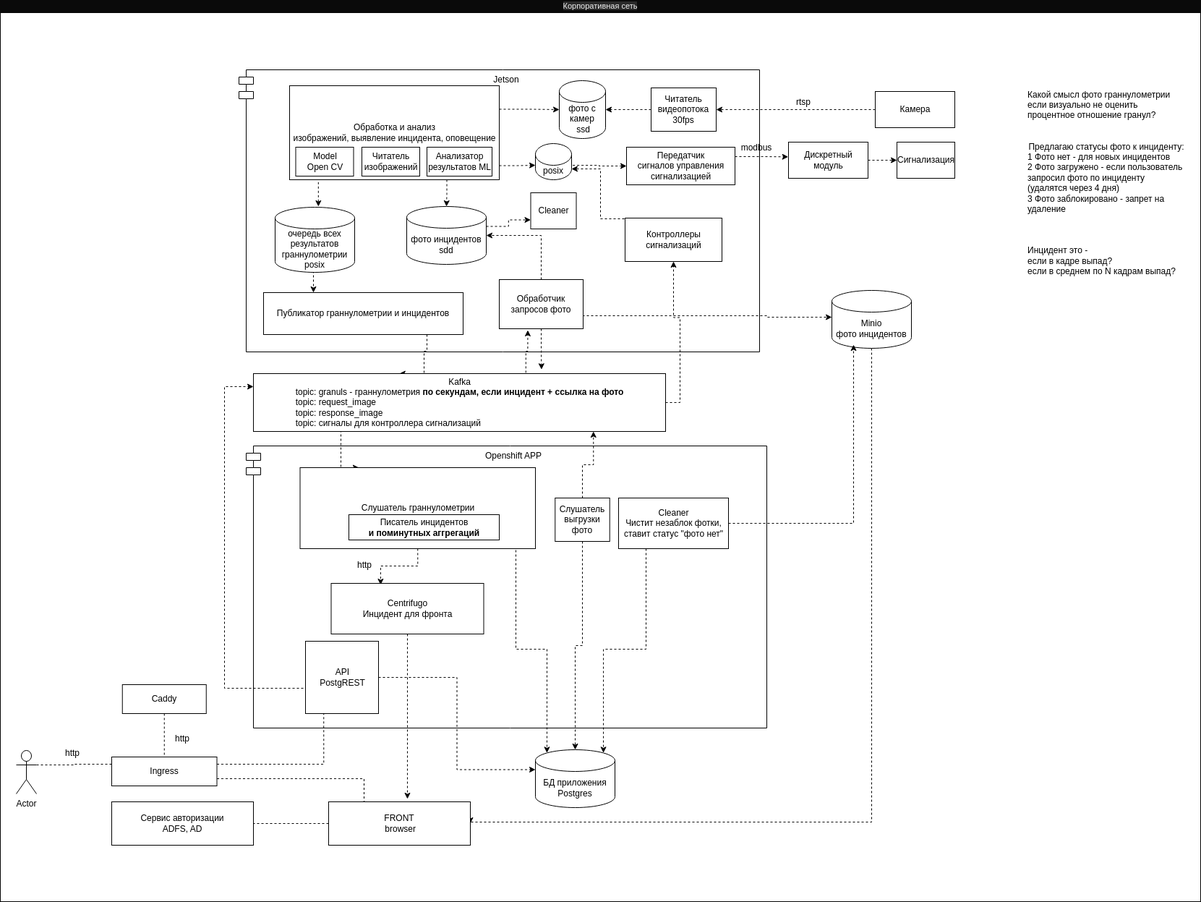
Earlier version of the draw.io export docs/open_cv_1.png (dmpinform/practical_task). Source tidied: cells renumbered, new cells last; positions are measured from the earlier drawing's top-left corner, leaving out a move shared by most shapes.
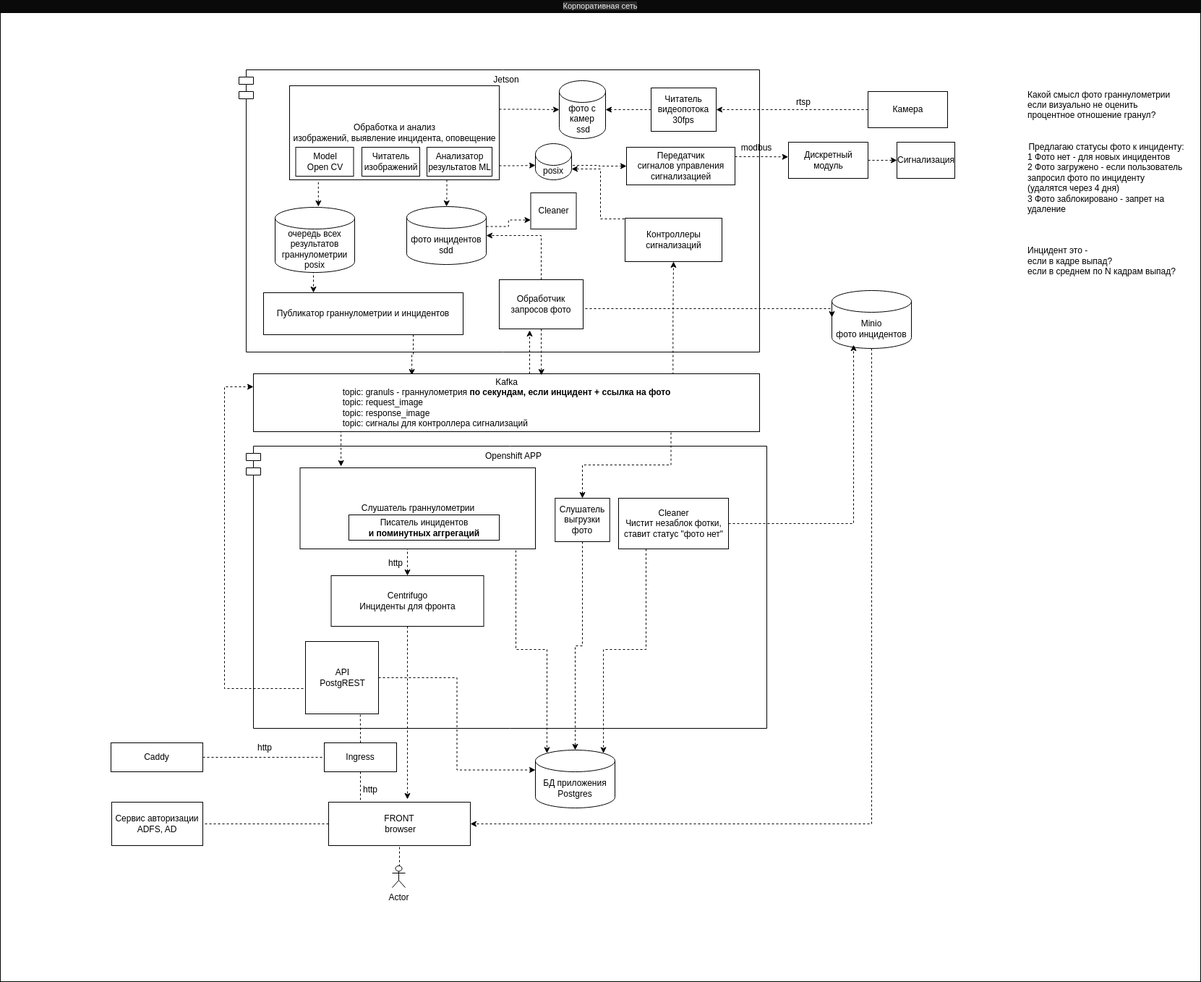
Later version of the same file.

Commit message:
Правка схем

The edit, as a diff of the source:
```diff
@@ -3,7 +3,7 @@
     <mxCell id="0" />
     <mxCell id="1" parent="0" />
     <mxCell id="2" value="&lt;span style=&quot;color: rgb(240, 240, 240); font-family: Helvetica; font-size: 11px; font-style: normal; font-variant-ligatures: normal; font-variant-caps: normal; font-weight: 400; letter-spacing: normal; orphans: 2; text-indent: 0px; text-transform: none; widows: 2; word-spacing: 0px; -webkit-text-stroke-width: 0px; background-color: rgb(42, 42, 42); text-decoration-thickness: initial; text-decoration-style: initial; text-decoration-color: initial; float: none; display: inline !important;&quot;&gt;Корпоративная сеть&lt;/span&gt;" style="rounded=0;whiteSpace=wrap;html=1;align=center;labelPosition=center;verticalLabelPosition=top;verticalAlign=bottom;strokeColor=#050505;" parent="1" vertex="1">
-      <mxGeometry width="1660" height="1229" as="geometry" />
+      <mxGeometry width="1660" height="1339" as="geometry" />
     </mxCell>
     <mxCell id="3" value="Openshift APP" style="shape=module;align=left;spacingLeft=20;align=center;verticalAlign=top;fontColor=default;labelBackgroundColor=none;" parent="1" vertex="1">
       <mxGeometry x="340" y="599" width="720" height="390" as="geometry" />
@@ -21,7 +21,7 @@
       <mxGeometry x="773" y="94" width="64" height="80" as="geometry" />
     </mxCell>
     <mxCell id="8" value="Камера" style="html=1;" parent="1" vertex="1">
-      <mxGeometry x="1210" y="109" width="110" height="50" as="geometry" />
+      <mxGeometry x="1200" y="109" width="110" height="50" as="geometry" />
     </mxCell>
     <mxCell id="9" style="edgeStyle=orthogonalEdgeStyle;rounded=0;jettySize=auto;html=1;dashed=1;" parent="1" edge="1" source="10" target="29">
       <mxGeometry relative="1" as="geometry" />
@@ -69,11 +69,11 @@
     <mxCell id="22" value="фото инцидентов&lt;br&gt;sdd" style="shape=cylinder3;whiteSpace=wrap;html=1;boundedLbl=1;backgroundOutline=1;size=15;" parent="1" vertex="1">
       <mxGeometry x="562" y="268" width="110" height="80" as="geometry" />
     </mxCell>
-    <mxCell id="23" style="edgeStyle=orthogonalEdgeStyle;rounded=0;jettySize=auto;html=1;entryX=0.354;entryY=0;entryDx=0;entryDy=0;entryPerimeter=0;dashed=1;fontColor=default;" parent="1" edge="1" source="24" target="33">
+    <mxCell id="23" style="edgeStyle=orthogonalEdgeStyle;rounded=0;jettySize=auto;html=1;entryX=0.313;entryY=0.025;entryDx=0;entryDy=0;entryPerimeter=0;dashed=1;fontColor=default;exitX=0.75;exitY=1;exitDx=0;exitDy=0;" parent="1" edge="1" source="24" target="33">
       <mxGeometry relative="1" as="geometry">
         <Array as="points">
-          <mxPoint x="590" y="468" />
-          <mxPoint x="586" y="468" />
+          <mxPoint x="571" y="472" />
+          <mxPoint x="570" y="472" />
         </Array>
       </mxGeometry>
     </mxCell>
@@ -95,7 +95,7 @@
     <mxCell id="29" value="Сигнализация" style="html=1;" parent="1" vertex="1">
       <mxGeometry x="1240" y="179" width="80" height="50" as="geometry" />
     </mxCell>
-    <mxCell id="30" style="edgeStyle=orthogonalEdgeStyle;rounded=0;jettySize=auto;html=1;dashed=1;fontColor=default;entryX=0.25;entryY=0;entryDx=0;entryDy=0;" parent="1" edge="1" target="40">
+    <mxCell id="30" style="edgeStyle=orthogonalEdgeStyle;rounded=0;jettySize=auto;html=1;dashed=1;fontColor=default;entryX=0.174;entryY=-0.018;entryDx=0;entryDy=0;entryPerimeter=0;" parent="1" edge="1" target="40">
       <mxGeometry relative="1" as="geometry">
         <mxPoint x="473" y="571" as="sourcePoint" />
         <Array as="points">
@@ -104,25 +104,26 @@
         </Array>
       </mxGeometry>
     </mxCell>
-    <mxCell id="31" style="edgeStyle=orthogonalEdgeStyle;rounded=0;jettySize=auto;html=1;entryX=0.34;entryY=1.029;entryDx=0;entryDy=0;entryPerimeter=0;dashed=1;fontColor=default;exitX=0.661;exitY=-0.014;exitDx=0;exitDy=0;exitPerimeter=0;" parent="1" edge="1" source="33" target="52">
-      <mxGeometry relative="1" as="geometry" />
+    <mxCell id="31" style="edgeStyle=orthogonalEdgeStyle;rounded=0;orthogonalLoop=1;jettySize=auto;html=1;dashed=1;fontColor=default;" parent="1" edge="1">
+      <mxGeometry relative="1" as="geometry">
+        <mxPoint x="732" y="499" as="sourcePoint" />
+        <mxPoint x="732" y="439" as="targetPoint" />
+        <Array as="points">
+          <mxPoint x="732" y="439" />
+        </Array>
+      </mxGeometry>
     </mxCell>
-    <mxCell id="32" style="edgeStyle=orthogonalEdgeStyle;rounded=0;jettySize=auto;html=1;exitX=1;exitY=0.5;exitDx=0;exitDy=0;entryX=0.5;entryY=1;entryDx=0;entryDy=0;dashed=1;" parent="1" edge="1" source="33" target="65">
+    <mxCell id="32" style="edgeStyle=orthogonalEdgeStyle;rounded=0;jettySize=auto;html=1;exitX=0.829;exitY=0.013;exitDx=0;exitDy=0;entryX=0.5;entryY=1;entryDx=0;entryDy=0;dashed=1;exitPerimeter=0;" parent="1" edge="1" source="33" target="65">
       <mxGeometry relative="1" as="geometry" />
     </mxCell>
     <mxCell id="33" value="Kafka&lt;br&gt;&lt;span style=&quot;background-color: initial; text-align: left;&quot;&gt;topic: granuls - граннулометрия &lt;b&gt;по секундам, если инцидент + ссылка на фото&lt;/b&gt;&lt;/span&gt;&lt;br&gt;&lt;div style=&quot;text-align: left;&quot;&gt;&lt;span style=&quot;background-color: initial;&quot;&gt;topic: request_image&amp;nbsp;&lt;/span&gt;&lt;/div&gt;&lt;div style=&quot;text-align: left;&quot;&gt;&lt;span style=&quot;background-color: initial;&quot;&gt;topic: response_image&lt;/span&gt;&lt;/div&gt;&lt;div style=&quot;text-align: left;&quot;&gt;topic: сигналы для контроллера сигнализаций&lt;/div&gt;" style="html=1;labelBackgroundColor=none;fontColor=default;" parent="1" vertex="1">
-      <mxGeometry x="350" y="499" width="570" height="80" as="geometry" />
+      <mxGeometry x="350" y="499" width="700" height="80" as="geometry" />
     </mxCell>
     <mxCell id="34" value="БД приложения&lt;br&gt;Postgres" style="shape=cylinder3;whiteSpace=wrap;html=1;boundedLbl=1;backgroundOutline=1;size=15;" parent="1" vertex="1">
       <mxGeometry x="740" y="1019" width="110" height="80" as="geometry" />
     </mxCell>
     <mxCell id="35" style="edgeStyle=orthogonalEdgeStyle;rounded=0;jettySize=auto;html=1;exitX=0.5;exitY=1;exitDx=0;exitDy=0;exitPerimeter=0;entryX=1;entryY=0.5;entryDx=0;entryDy=0;dashed=1;fontColor=default;" parent="1" edge="1" source="36" target="60">
-      <mxGeometry relative="1" as="geometry">
-        <Array as="points">
-          <mxPoint x="1205" y="1119" />
-          <mxPoint x="650" y="1119" />
-        </Array>
-      </mxGeometry>
+      <mxGeometry relative="1" as="geometry" />
     </mxCell>
     <mxCell id="36" value="Minio&lt;br&gt;фото инцидентов" style="shape=cylinder3;whiteSpace=wrap;html=1;boundedLbl=1;backgroundOutline=1;size=15;" parent="1" vertex="1">
       <mxGeometry x="1150" y="384" width="110" height="80" as="geometry" />
@@ -130,8 +131,10 @@
     <mxCell id="37" value="&lt;div style=&quot;text-align: left;&quot;&gt;&lt;span style=&quot;background-color: initial;&quot;&gt;Какой смысл фото граннулометрии если визуально не оценить процентное отношение гранул?&lt;/span&gt;&lt;/div&gt;&lt;div style=&quot;text-align: left;&quot;&gt;&lt;br&gt;&lt;/div&gt;&lt;br&gt;Предлагаю статусы фото к инциденту:&lt;br&gt;&lt;div style=&quot;text-align: left;&quot;&gt;&lt;span style=&quot;background-color: initial;&quot;&gt;1 Фото нет - для новых инцидентов&lt;/span&gt;&lt;/div&gt;&lt;div style=&quot;text-align: left;&quot;&gt;&lt;span style=&quot;background-color: initial;&quot;&gt;2 Фото загружено - если пользователь запросил фото по инциденту (удалятся через 4 дня)&lt;/span&gt;&lt;/div&gt;&lt;div style=&quot;text-align: left;&quot;&gt;&lt;span style=&quot;background-color: initial;&quot;&gt;3 Фото заблокировано - запрет на удаление&lt;/span&gt;&lt;/div&gt;&lt;div style=&quot;text-align: left;&quot;&gt;&lt;span style=&quot;background-color: initial;&quot;&gt;&lt;br&gt;&lt;/span&gt;&lt;/div&gt;&lt;div style=&quot;text-align: left;&quot;&gt;&lt;span style=&quot;background-color: initial;&quot;&gt;&lt;br&gt;&lt;/span&gt;&lt;/div&gt;&lt;div style=&quot;text-align: left;&quot;&gt;&lt;span style=&quot;background-color: initial;&quot;&gt;&lt;br&gt;&lt;/span&gt;&lt;/div&gt;&lt;div style=&quot;text-align: left;&quot;&gt;Инцидент это -&amp;nbsp;&lt;/div&gt;&lt;div style=&quot;text-align: left;&quot;&gt;если в кадре выпад?&lt;/div&gt;&lt;div style=&quot;text-align: left;&quot;&gt;если в среднем по N кадрам выпад?&lt;/div&gt;&lt;div style=&quot;text-align: left;&quot;&gt;&lt;br&gt;&lt;/div&gt;&lt;div style=&quot;text-align: left;&quot;&gt;&lt;br&gt;&lt;/div&gt;" style="text;html=1;strokeColor=none;fillColor=none;align=center;verticalAlign=middle;whiteSpace=wrap;rounded=0;labelBackgroundColor=none;fontColor=default;" parent="1" vertex="1">
       <mxGeometry x="1420" y="94" width="220" height="312" as="geometry" />
     </mxCell>
-    <mxCell id="38" style="edgeStyle=orthogonalEdgeStyle;rounded=0;jettySize=auto;html=1;exitX=0.5;exitY=1;exitDx=0;exitDy=0;dashed=1;fontColor=default;entryX=0.324;entryY=0.029;entryDx=0;entryDy=0;entryPerimeter=0;" parent="1" edge="1" source="40" target="43">
-      <mxGeometry relative="1" as="geometry" />
+    <mxCell id="38" style="edgeStyle=orthogonalEdgeStyle;rounded=0;jettySize=auto;html=1;dashed=1;fontColor=default;entryX=0.5;entryY=0;entryDx=0;entryDy=0;" parent="1" edge="1" target="43">
+      <mxGeometry relative="1" as="geometry">
+        <mxPoint x="563" y="739" as="sourcePoint" />
+      </mxGeometry>
     </mxCell>
     <mxCell id="39" style="edgeStyle=orthogonalEdgeStyle;rounded=0;jettySize=auto;html=1;exitX=0.917;exitY=1.018;exitDx=0;exitDy=0;entryX=0.145;entryY=0;entryDx=0;entryDy=4.35;entryPerimeter=0;dashed=1;exitPerimeter=0;" parent="1" edge="1" source="40" target="34">
       <mxGeometry relative="1" as="geometry" />
@@ -145,11 +148,11 @@
     <mxCell id="42" style="edgeStyle=orthogonalEdgeStyle;rounded=0;jettySize=auto;html=1;exitX=0.5;exitY=1;exitDx=0;exitDy=0;dashed=1;fontColor=default;entryX=0.556;entryY=-0.067;entryDx=0;entryDy=0;entryPerimeter=0;" parent="1" edge="1" source="43" target="60">
       <mxGeometry relative="1" as="geometry" />
     </mxCell>
-    <mxCell id="43" value="Centrifugo&lt;br&gt;Инцидент для фронта" style="html=1;labelBackgroundColor=none;fontColor=default;" parent="1" vertex="1">
-      <mxGeometry x="457.5" y="789" width="211" height="70" as="geometry" />
+    <mxCell id="43" value="Centrifugo&lt;br&gt;Инциденты для фронта" style="html=1;labelBackgroundColor=none;fontColor=default;" parent="1" vertex="1">
+      <mxGeometry x="457.5" y="778" width="211" height="70" as="geometry" />
     </mxCell>
     <mxCell id="44" value="http" style="text;html=1;strokeColor=none;fillColor=none;align=center;verticalAlign=middle;whiteSpace=wrap;rounded=0;" parent="1" vertex="1">
-      <mxGeometry x="474" y="749" width="60" height="30" as="geometry" />
+      <mxGeometry x="517" y="746" width="60" height="30" as="geometry" />
     </mxCell>
     <mxCell id="45" style="edgeStyle=orthogonalEdgeStyle;rounded=0;jettySize=auto;html=1;exitX=0;exitY=0.5;exitDx=0;exitDy=0;dashed=1;fontColor=default;" parent="1" edge="1" source="48" target="33">
       <mxGeometry relative="1" as="geometry">
@@ -159,7 +162,7 @@
         </Array>
       </mxGeometry>
     </mxCell>
-    <mxCell id="46" style="edgeStyle=orthogonalEdgeStyle;rounded=0;jettySize=auto;html=1;exitX=0.5;exitY=1;exitDx=0;exitDy=0;dashed=1;fontColor=default;entryX=0.5;entryY=0;entryDx=0;entryDy=0;endArrow=none;endFill=0;" parent="1" edge="1" source="68" target="71">
+    <mxCell id="46" style="edgeStyle=orthogonalEdgeStyle;rounded=0;jettySize=auto;html=1;exitX=1;exitY=0.5;exitDx=0;exitDy=0;dashed=1;fontColor=default;entryX=0;entryY=0.5;entryDx=0;entryDy=0;endArrow=none;endFill=0;" parent="1" edge="1" source="68" target="71">
       <mxGeometry relative="1" as="geometry" />
     </mxCell>
     <mxCell id="47" style="edgeStyle=orthogonalEdgeStyle;rounded=0;jettySize=auto;html=1;exitX=1;exitY=0.5;exitDx=0;exitDy=0;entryX=0;entryY=0;entryDx=0;entryDy=27.5;entryPerimeter=0;dashed=1;" parent="1" edge="1" source="48" target="34">
@@ -168,7 +171,7 @@
     <mxCell id="48" value="API&lt;br&gt;PostgREST" style="html=1;labelBackgroundColor=none;fontColor=default;" parent="1" vertex="1">
       <mxGeometry x="422" y="869" width="101" height="100" as="geometry" />
     </mxCell>
-    <mxCell id="49" style="edgeStyle=orthogonalEdgeStyle;rounded=0;jettySize=auto;html=1;exitX=0.5;exitY=1;exitDx=0;exitDy=0;entryX=0.699;entryY=-0.071;entryDx=0;entryDy=0;dashed=1;fontColor=default;entryPerimeter=0;" parent="1" edge="1" source="52" target="33">
+    <mxCell id="49" style="edgeStyle=orthogonalEdgeStyle;rounded=0;jettySize=auto;html=1;exitX=0.5;exitY=1;exitDx=0;exitDy=0;entryX=0.569;entryY=0.025;entryDx=0;entryDy=0;dashed=1;fontColor=default;entryPerimeter=0;" parent="1" edge="1" source="52" target="33">
       <mxGeometry relative="1" as="geometry" />
     </mxCell>
     <mxCell id="50" style="edgeStyle=orthogonalEdgeStyle;rounded=0;jettySize=auto;html=1;exitX=0.5;exitY=0;exitDx=0;exitDy=0;entryX=1;entryY=0.5;entryDx=0;entryDy=0;entryPerimeter=0;dashed=1;fontColor=default;" parent="1" edge="1" source="52" target="22">
@@ -179,16 +182,15 @@
         <mxPoint x="806" y="400" as="sourcePoint" />
         <mxPoint x="1150" y="421" as="targetPoint" />
         <Array as="points">
-          <mxPoint x="806" y="419" />
-          <mxPoint x="1060" y="419" />
-          <mxPoint x="1060" y="421" />
+          <mxPoint x="806" y="409" />
+          <mxPoint x="1150" y="409" />
         </Array>
       </mxGeometry>
     </mxCell>
     <mxCell id="52" value="Обработчик запросов фото" style="rounded=0;whiteSpace=wrap;html=1;" parent="1" vertex="1">
       <mxGeometry x="690" y="369" width="116" height="68" as="geometry" />
     </mxCell>
-    <mxCell id="53" style="edgeStyle=orthogonalEdgeStyle;rounded=0;jettySize=auto;html=1;exitX=0.5;exitY=0;exitDx=0;exitDy=0;entryX=0.825;entryY=1;entryDx=0;entryDy=0;entryPerimeter=0;dashed=1;" parent="1" edge="1" source="55" target="33">
+    <mxCell id="53" style="edgeStyle=orthogonalEdgeStyle;rounded=0;jettySize=auto;html=1;exitX=0.5;exitY=0;exitDx=0;exitDy=0;entryX=0.825;entryY=1;entryDx=0;entryDy=0;entryPerimeter=0;dashed=1;startArrow=classic;startFill=1;endArrow=none;endFill=0;" parent="1" edge="1" source="55" target="33">
       <mxGeometry relative="1" as="geometry" />
     </mxCell>
     <mxCell id="54" style="edgeStyle=orthogonalEdgeStyle;rounded=0;jettySize=auto;html=1;exitX=0.5;exitY=1;exitDx=0;exitDy=0;entryX=0.5;entryY=0;entryDx=0;entryDy=0;entryPerimeter=0;dashed=1;" parent="1" edge="1" source="55" target="34">
@@ -237,31 +239,33 @@
       <mxGeometry x="590" y="186" width="90" height="40" as="geometry" />
     </mxCell>
     <mxCell id="67" value="Сервис авторизации&lt;br&gt;ADFS, AD" style="rounded=0;whiteSpace=wrap;html=1;labelBackgroundColor=none;fontColor=default;" parent="1" vertex="1">
-      <mxGeometry x="154" y="1091" width="196" height="60" as="geometry" />
+      <mxGeometry x="154" y="1091" width="126" height="60" as="geometry" />
     </mxCell>
     <mxCell id="68" value="Caddy" style="rounded=0;whiteSpace=wrap;html=1;labelBackgroundColor=none;fontColor=default;" parent="1" vertex="1">
-      <mxGeometry x="168.8" y="929" width="116" height="40" as="geometry" />
+      <mxGeometry x="153" y="1009" width="127" height="40" as="geometry" />
     </mxCell>
-    <mxCell id="69" style="edgeStyle=orthogonalEdgeStyle;rounded=0;jettySize=auto;html=1;exitX=1;exitY=0.25;exitDx=0;exitDy=0;entryX=0.25;entryY=1;entryDx=0;entryDy=0;dashed=1;startArrow=none;startFill=0;endArrow=none;endFill=0;" parent="1" edge="1" source="71" target="48">
+    <mxCell id="69" style="edgeStyle=orthogonalEdgeStyle;rounded=0;jettySize=auto;html=1;exitX=0.5;exitY=0;exitDx=0;exitDy=0;entryX=0.75;entryY=1;entryDx=0;entryDy=0;dashed=1;startArrow=none;startFill=0;endArrow=none;endFill=0;" parent="1" edge="1" source="71" target="48">
       <mxGeometry relative="1" as="geometry" />
     </mxCell>
-    <mxCell id="70" style="edgeStyle=orthogonalEdgeStyle;rounded=0;jettySize=auto;html=1;exitX=1;exitY=0.75;exitDx=0;exitDy=0;dashed=1;startArrow=none;startFill=0;endArrow=none;endFill=0;entryX=0.25;entryY=0;entryDx=0;entryDy=0;" parent="1" edge="1" source="71" target="60">
-      <mxGeometry relative="1" as="geometry" />
+    <mxCell id="70" style="edgeStyle=orthogonalEdgeStyle;rounded=0;jettySize=auto;html=1;exitX=0.5;exitY=1;exitDx=0;exitDy=0;dashed=1;startArrow=none;startFill=0;endArrow=none;endFill=0;" parent="1" edge="1" source="71">
+      <mxGeometry relative="1" as="geometry">
+        <mxPoint x="498" y="1089" as="targetPoint" />
+      </mxGeometry>
     </mxCell>
     <mxCell id="71" value="Ingress" style="rounded=0;whiteSpace=wrap;html=1;labelBackgroundColor=none;fontColor=default;" parent="1" vertex="1">
-      <mxGeometry x="154" y="1029" width="145.5" height="40" as="geometry" />
+      <mxGeometry x="448" y="1009" width="100" height="40" as="geometry" />
     </mxCell>
-    <mxCell id="72" style="edgeStyle=orthogonalEdgeStyle;rounded=0;jettySize=auto;html=1;exitX=1;exitY=0.3333333333333333;exitDx=0;exitDy=0;exitPerimeter=0;entryX=0;entryY=0.25;entryDx=0;entryDy=0;dashed=1;startArrow=none;startFill=0;endArrow=none;endFill=0;" parent="1" edge="1" source="73" target="71">
+    <mxCell id="72" style="edgeStyle=orthogonalEdgeStyle;rounded=0;jettySize=auto;html=1;exitX=0.5;exitY=0;exitDx=0;exitDy=0;exitPerimeter=0;entryX=0.5;entryY=1;entryDx=0;entryDy=0;dashed=1;startArrow=none;startFill=0;endArrow=none;endFill=0;" parent="1" edge="1" source="73" target="60">
       <mxGeometry relative="1" as="geometry" />
     </mxCell>
     <mxCell id="73" value="Actor" style="shape=umlActor;verticalLabelPosition=bottom;verticalAlign=top;html=1;outlineConnect=0;strokeColor=default;" parent="1" vertex="1">
-      <mxGeometry x="22" y="1020" width="28" height="60" as="geometry" />
+      <mxGeometry x="542" y="1179" width="18" height="30" as="geometry" />
     </mxCell>
     <mxCell id="74" value="http" style="text;html=1;strokeColor=none;fillColor=none;align=center;verticalAlign=middle;whiteSpace=wrap;rounded=0;" parent="1" vertex="1">
-      <mxGeometry x="70" y="1009" width="60" height="30" as="geometry" />
+      <mxGeometry x="482" y="1059" width="60" height="30" as="geometry" />
     </mxCell>
     <mxCell id="75" value="http" style="text;html=1;strokeColor=none;fillColor=none;align=center;verticalAlign=middle;whiteSpace=wrap;rounded=0;" parent="1" vertex="1">
-      <mxGeometry x="222" y="989" width="60" height="30" as="geometry" />
+      <mxGeometry x="335.5" y="1001" width="60" height="30" as="geometry" />
     </mxCell>
   </root>
 </mxGraphModel>
```
